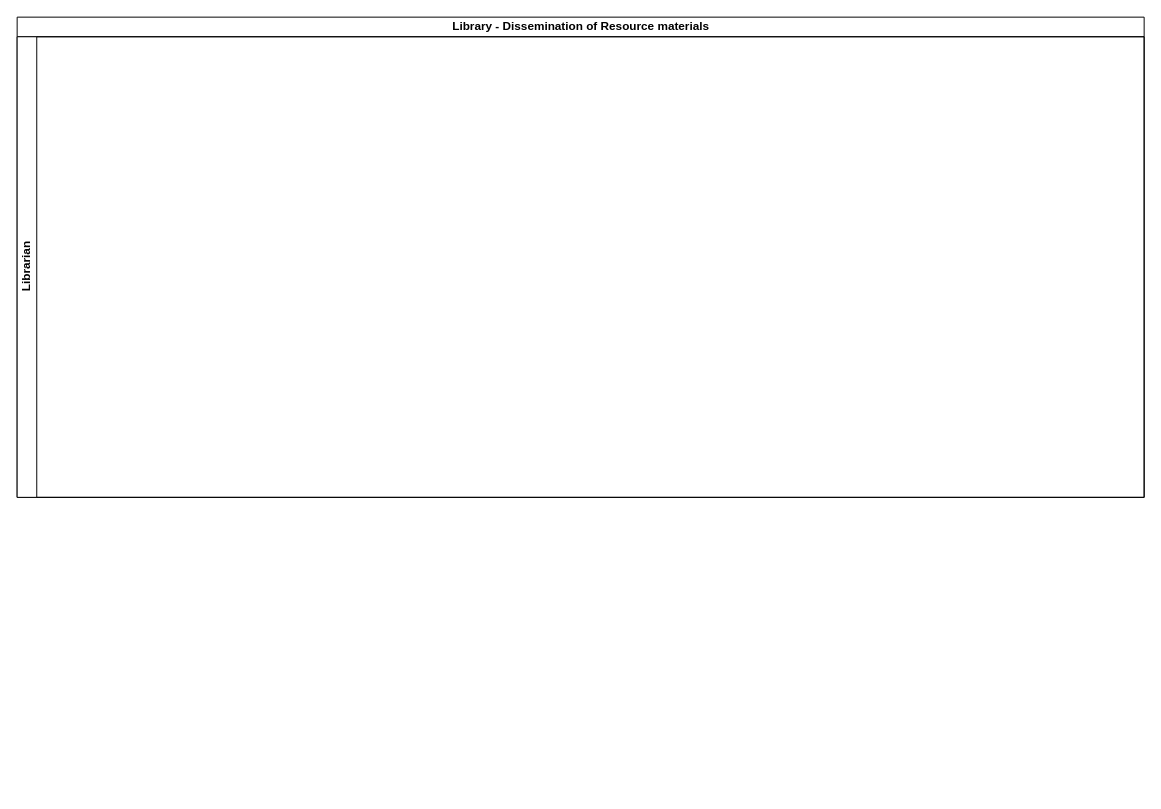
Earlier version of the draw.io diagram Library - Dissemination of Resource materials.drawio (kmagua/flowcharts). Source tidied: cells renumbered, new cells numbered last; positions are measured from the earlier drawing's top-left corner, leaving out a move shared by most shapes. Both pictures are drawn from the tidied source at 98%, with x=0, y=0 at pixel (17, 17).
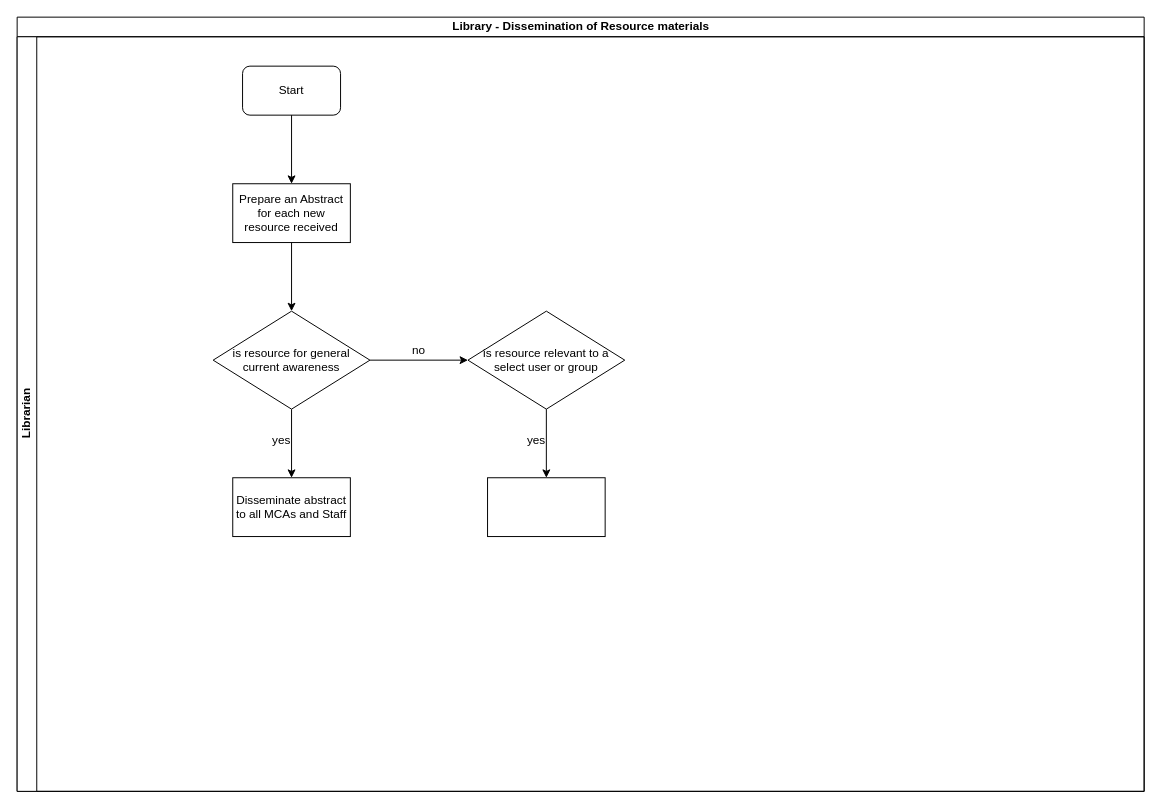
The same diagram, later.

Change to the diagram source:
```diff
@@
 <mxGraphModel>
   <root>
     <mxCell id="0" />
     <mxCell id="1" parent="0" />
     <mxCell id="2" value="Library - Dissemination of Resource materials" style="swimlane;html=1;horizontal=1;startSize=20;" parent="1" vertex="1">
-      <mxGeometry width="1150" height="490" as="geometry" />
+      <mxGeometry width="1150" height="790" as="geometry" />
     </mxCell>
     <mxCell id="3" value="Librarian" style="swimlane;html=1;startSize=20;horizontal=0;" parent="2" vertex="1">
-      <mxGeometry y="20" width="1150" height="470" as="geometry" />
+      <mxGeometry y="20" width="1150" height="770" as="geometry" />
     </mxCell>
+    <mxCell id="4" value="Start" style="rounded=1;whiteSpace=wrap;html=1;" parent="3" vertex="1">
+      <mxGeometry x="230" y="30" width="100" height="50" as="geometry" />
+    </mxCell>
+    <mxCell id="5" value="Prepare an Abstract for each new resource received" style="rounded=0;whiteSpace=wrap;html=1;" parent="3" vertex="1">
+      <mxGeometry x="220" y="150" width="120" height="60" as="geometry" />
+    </mxCell>
+    <mxCell id="6" style="edgeStyle=orthogonalEdgeStyle;rounded=0;jettySize=auto;html=1;entryX=0.5;entryY=0;entryDx=0;entryDy=0;" parent="3" edge="1" source="4" target="5">
+      <mxGeometry relative="1" as="geometry" />
+    </mxCell>
+    <mxCell id="7" value="no" style="text;html=1;strokeColor=none;fillColor=none;align=center;verticalAlign=middle;whiteSpace=wrap;rounded=0;" parent="3" vertex="1">
+      <mxGeometry x="390" y="310" width="40" height="20" as="geometry" />
+    </mxCell>
+    <mxCell id="8" value="is resource relevant to a select user or group" style="rhombus;whiteSpace=wrap;html=1;rounded=0;" parent="3" vertex="1">
+      <mxGeometry x="460" y="280" width="160" height="100" as="geometry" />
+    </mxCell>
+    <mxCell id="9" value="yes" style="text;html=1;strokeColor=none;fillColor=none;align=center;verticalAlign=middle;whiteSpace=wrap;rounded=0;" parent="3" vertex="1">
+      <mxGeometry x="510" y="402" width="40" height="20" as="geometry" />
+    </mxCell>
+    <mxCell id="10" value="yes" style="text;html=1;strokeColor=none;fillColor=none;align=center;verticalAlign=middle;whiteSpace=wrap;rounded=0;" parent="3" vertex="1">
+      <mxGeometry x="250" y="402" width="40" height="20" as="geometry" />
+    </mxCell>
+    <mxCell id="11" style="whiteSpace=wrap;html=1;rounded=0;" parent="3" vertex="1">
+      <mxGeometry x="480" y="450" width="120" height="60" as="geometry" />
+    </mxCell>
+    <mxCell id="12" value="Disseminate abstract to all MCAs and Staff" style="whiteSpace=wrap;html=1;rounded=0;" parent="3" vertex="1">
+      <mxGeometry x="220" y="450" width="120" height="60" as="geometry" />
+    </mxCell>
+    <mxCell id="13" style="edgeStyle=orthogonalEdgeStyle;rounded=0;jettySize=auto;html=1;" parent="3" edge="1" source="8" target="11">
+      <mxGeometry relative="1" as="geometry" />
+    </mxCell>
+    <mxCell id="14" style="edgeStyle=orthogonalEdgeStyle;rounded=0;jettySize=auto;html=1;" parent="1" edge="1" source="16" target="12">
+      <mxGeometry relative="1" as="geometry" />
+    </mxCell>
+    <mxCell id="15" style="edgeStyle=orthogonalEdgeStyle;rounded=0;jettySize=auto;html=1;entryX=0;entryY=0.5;entryDx=0;entryDy=0;" parent="1" edge="1" source="16" target="8">
+      <mxGeometry relative="1" as="geometry" />
+    </mxCell>
+    <mxCell id="16" value="is resource for general current awareness" style="rhombus;whiteSpace=wrap;html=1;rounded=0;" parent="1" vertex="1">
+      <mxGeometry x="200" y="300" width="160" height="100" as="geometry" />
+    </mxCell>
+    <mxCell id="17" style="edgeStyle=orthogonalEdgeStyle;rounded=0;jettySize=auto;html=1;" parent="1" edge="1" source="5" target="16">
+      <mxGeometry relative="1" as="geometry" />
+    </mxCell>
   </root>
 </mxGraphModel>
```
